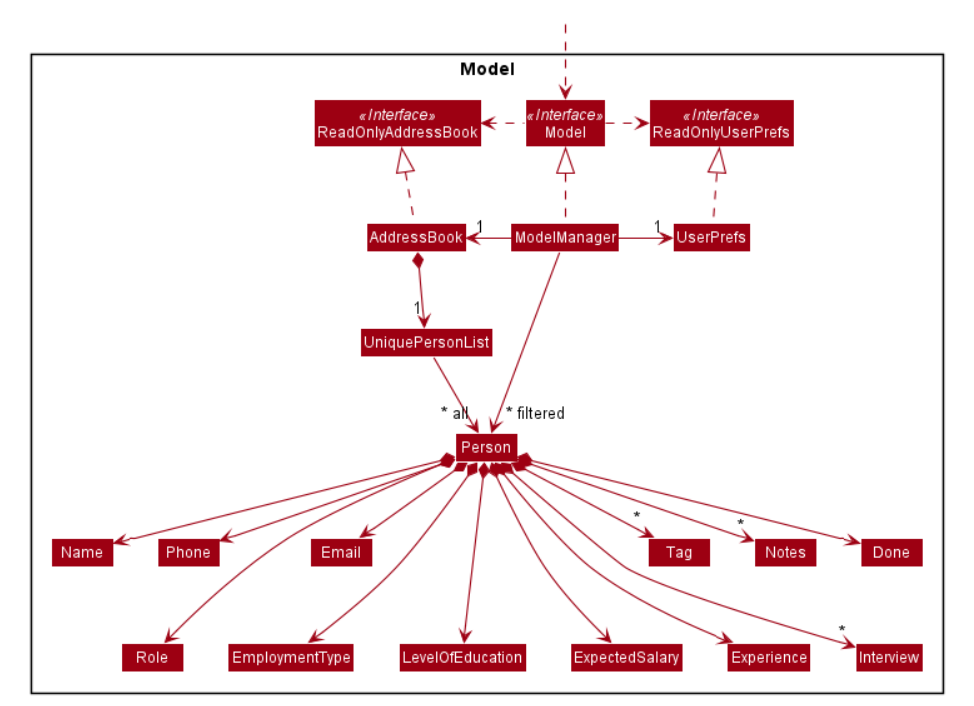
This is docs/images/ModelClassDiagram.png from nus-cs2103-AY2122S1/tp, a PlantUML export, as it was before one commit. Its source is kept beside it as docs/diagrams/ModelClassDiagram.puml.
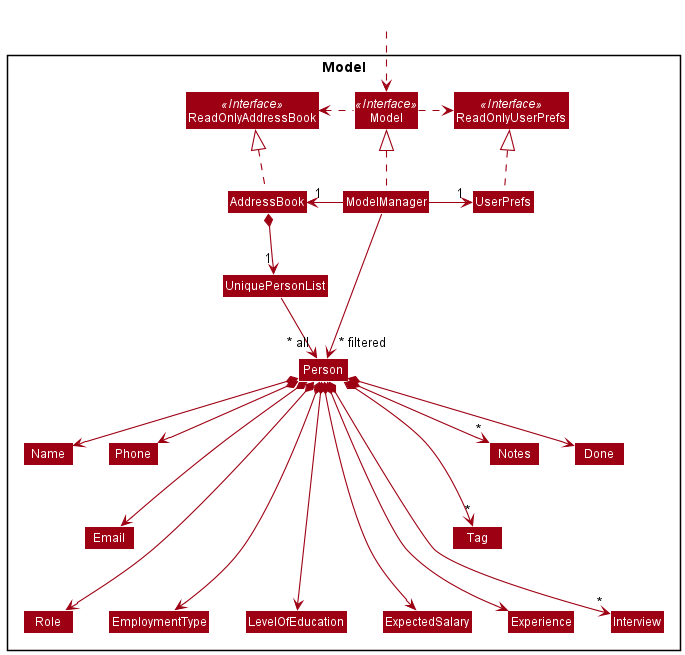
The same diagram one commit later.

Commit message:
Edit Class Diagrams

Change to the diagram source:
```diff
@@ -50,12 +50,12 @@
 Person *--> Name
 Person *--> Phone
 Person *--> Email
-Person *--> Role
-Person *--> EmploymentType
-Person *--> ExpectedSalary
-Person *--> LevelOfEducation
-Person *--> Experience
-Person *--> "*" Tag
+Person *----> Role
+Person *---> EmploymentType
+Person *----> ExpectedSalary
+Person *----> LevelOfEducation
+Person *---> Experience
+Person *---> "*" Tag
 Person *--> "*" Interview
 Person *--> "*" Notes
 Person *--> Done
```
